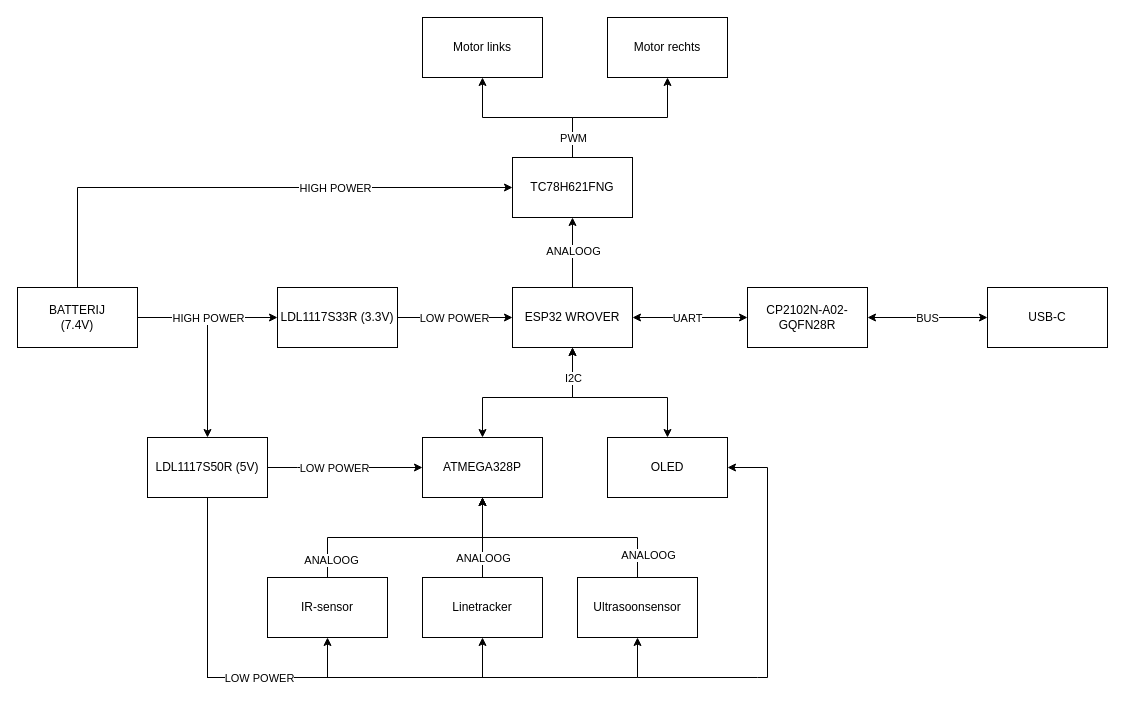
The draw.io diagram page "Blokdiagram" (2 of 6) of Documentatie/Analyse.drawio in Sten-AP/Smart-Systems, before the edit. Source tidied: cells renumbered, new cells numbered last; positions are measured from the earlier drawing's top-left corner, leaving out a move shared by most shapes. Both pictures are drawn from the tidied source at 100%, with x=0, y=0 at pixel (17, 17).
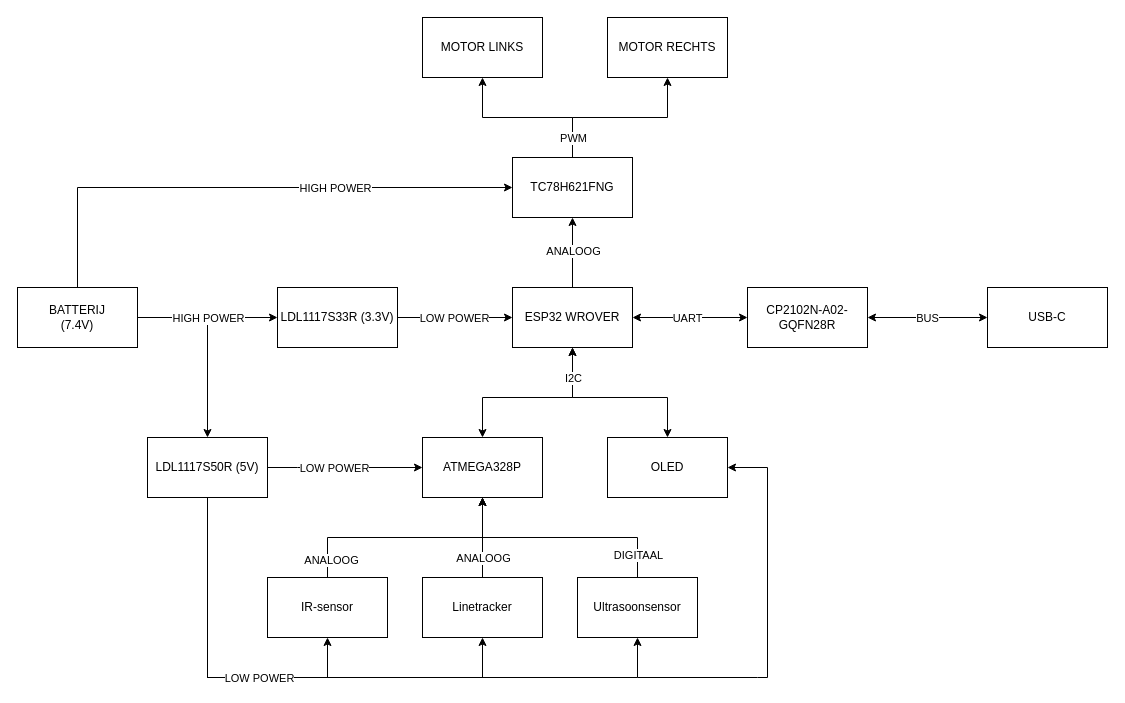
Above is the later version.

The change refers to these unchanged cells:
```xml
<mxCell id="12" style="edgeStyle=orthogonalEdgeStyle;rounded=0;jettySize=auto;html=1;exitX=0.5;exitY=0;exitDx=0;exitDy=0;" parent="1" edge="1" source="29" target="16">
  <mxGeometry relative="1" as="geometry">
    <Array as="points">
      <mxPoint x="620" y="520" />
      <mxPoint x="465" y="520" />
    </Array>
  </mxGeometry>
</mxCell>
```

The edit, as a diff of the source:
```diff
@@
-    <mxCell id="13" value="ANALOOG" style="edgeLabel;html=1;align=center;verticalAlign=middle;" parent="12" vertex="1">
+    <mxCell id="13" value="DIGITAAL" style="edgeLabel;html=1;align=center;verticalAlign=middle;" parent="12" vertex="1">
       <mxGeometry x="0.75" y="-4" relative="1" as="geometry">
-        <mxPoint x="161" y="28" as="offset" />
+        <mxPoint x="151" y="28" as="offset" />
       </mxGeometry>
     </mxCell>
@@
-    <mxCell id="33" value="Motor links" style="rounded=0;whiteSpace=wrap;html=1;" parent="1" vertex="1">
+    <mxCell id="33" value="MOTOR LINKS" style="rounded=0;whiteSpace=wrap;html=1;" parent="1" vertex="1">
       <mxGeometry x="405" width="120" height="60" as="geometry" />
     </mxCell>
-    <mxCell id="34" value="Motor rechts" style="rounded=0;whiteSpace=wrap;html=1;" parent="1" vertex="1">
+    <mxCell id="34" value="MOTOR RECHTS" style="rounded=0;whiteSpace=wrap;html=1;" parent="1" vertex="1">
       <mxGeometry x="590" width="120" height="60" as="geometry" />
     </mxCell>
```
